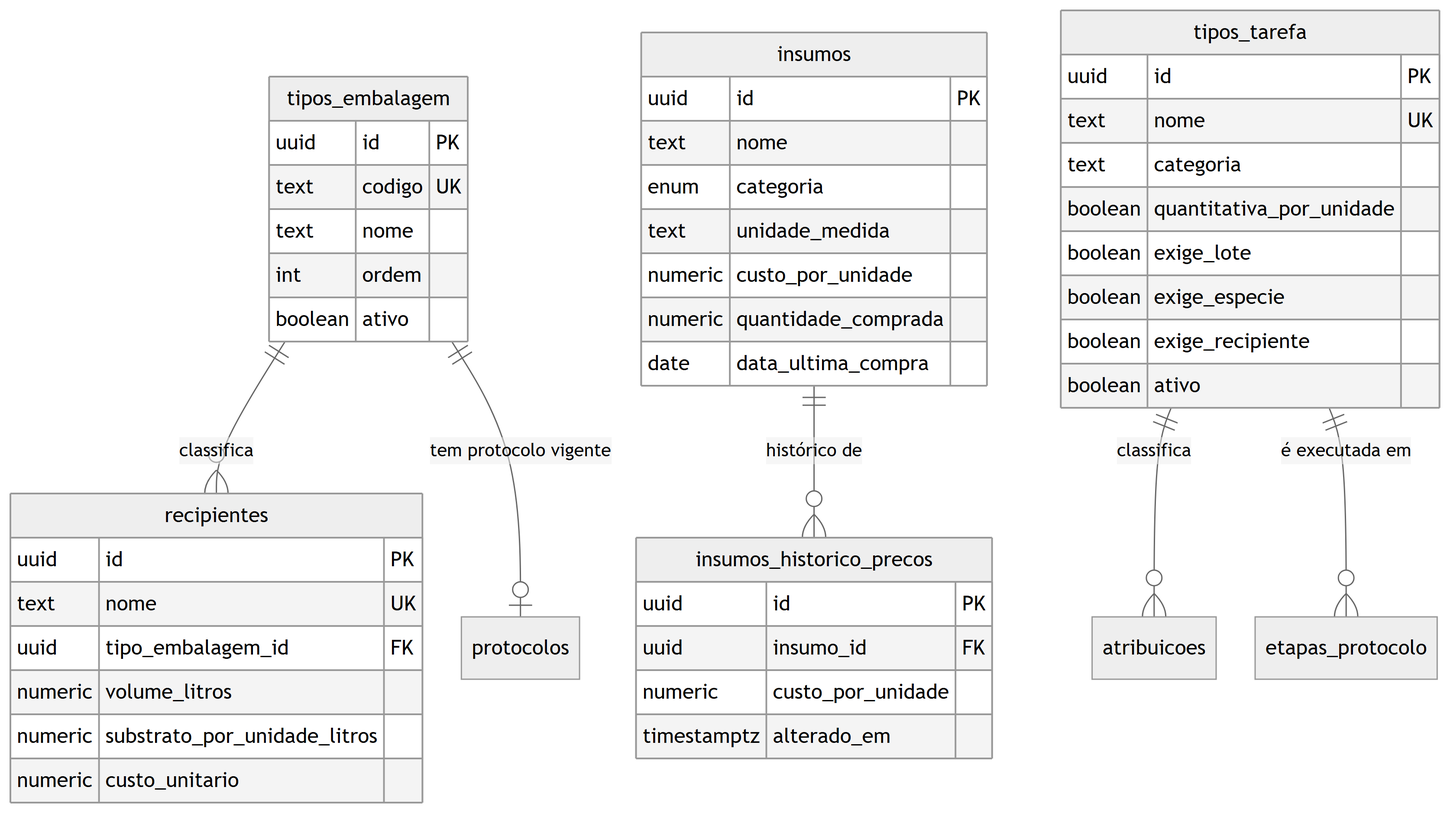
JoaoMudar/tcc keeps this Mermaid diagram as docs/engenharia/modelo-dados-pt/img/fig10-cadastros-insumo-recipiente.png. Above is the earlier version. Its source is kept beside it as docs/engenharia/modelo-dados-pt/mmd/fig10-cadastros-insumo-recipiente.mmd. The source it was exported from:
```mermaid
erDiagram
  tipos_embalagem {
    uuid id PK
    text codigo UK
    text nome
    int ordem
    boolean ativo
  }
  recipientes {
    uuid id PK
    text nome UK
    uuid tipo_embalagem_id FK
    numeric volume_litros
    numeric substrato_por_unidade_litros
    numeric custo_unitario
  }
  insumos {
    uuid id PK
    text nome
    enum categoria
    text unidade_medida
    numeric custo_por_unidade
    numeric quantidade_comprada
    date data_ultima_compra
  }
  insumos_historico_precos {
    uuid id PK
    uuid insumo_id FK
    numeric custo_por_unidade
    timestamptz alterado_em
  }
  tipos_tarefa {
    uuid id PK
    text nome UK
    text categoria
    boolean quantitativa_por_unidade
    boolean exige_lote
    boolean exige_especie
    boolean exige_recipiente
    boolean ativo
  }
  atribuicoes {
  }
  protocolos {
  }
  etapas_protocolo {
  }

  insumos         ||--o{ insumos_historico_precos : "histórico de"
  tipos_tarefa    ||--o{ atribuicoes              : "classifica"
  tipos_embalagem ||--o{ recipientes              : "classifica"
  tipos_embalagem ||--o| protocolos               : "tem protocolo vigente"
  tipos_tarefa    ||--o{ etapas_protocolo         : "é executada em"
```
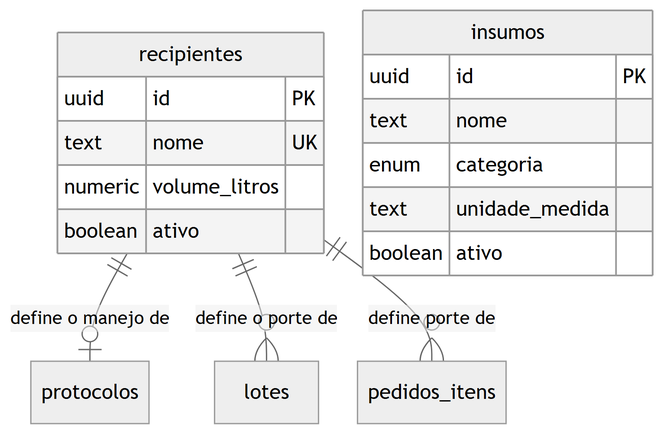
The same file after the commit.

Change to the diagram source:
```diff
@@ -1,53 +1,21 @@
 erDiagram
-  tipos_embalagem {
-    uuid id PK
-    text codigo UK
-    text nome
-    int ordem
+  recipientes {
+    uuid    id PK
+    text    nome UK
+    numeric volume_litros
     boolean ativo
   }
-  recipientes {
-    uuid id PK
-    text nome UK
-    uuid tipo_embalagem_id FK
-    numeric volume_litros
-    numeric substrato_por_unidade_litros
-    numeric custo_unitario
-  }
   insumos {
-    uuid id PK
-    text nome
-    enum categoria
-    text unidade_medida
-    numeric custo_por_unidade
-    numeric quantidade_comprada
-    date data_ultima_compra
-  }
-  insumos_historico_precos {
-    uuid id PK
-    uuid insumo_id FK
-    numeric custo_por_unidade
-    timestamptz alterado_em
-  }
-  tipos_tarefa {
-    uuid id PK
-    text nome UK
-    text categoria
-    boolean quantitativa_por_unidade
-    boolean exige_lote
-    boolean exige_especie
-    boolean exige_recipiente
+    uuid    id PK
+    text    nome
+    enum    categoria
+    text    unidade_medida
     boolean ativo
   }
-  atribuicoes {
-  }
-  protocolos {
-  }
-  etapas_protocolo {
-  }
+  protocolos {}
+  lotes {}
+  pedidos_itens {}
 
-  insumos         ||--o{ insumos_historico_precos : "histórico de"
-  tipos_tarefa    ||--o{ atribuicoes              : "classifica"
-  tipos_embalagem ||--o{ recipientes              : "classifica"
-  tipos_embalagem ||--o| protocolos               : "tem protocolo vigente"
-  tipos_tarefa    ||--o{ etapas_protocolo         : "é executada em"
+  recipientes ||--o| protocolos    : "define o manejo de"
+  recipientes ||--o{ lotes         : "define o porte de"
+  recipientes ||--o{ pedidos_itens : "define porte de"
```
